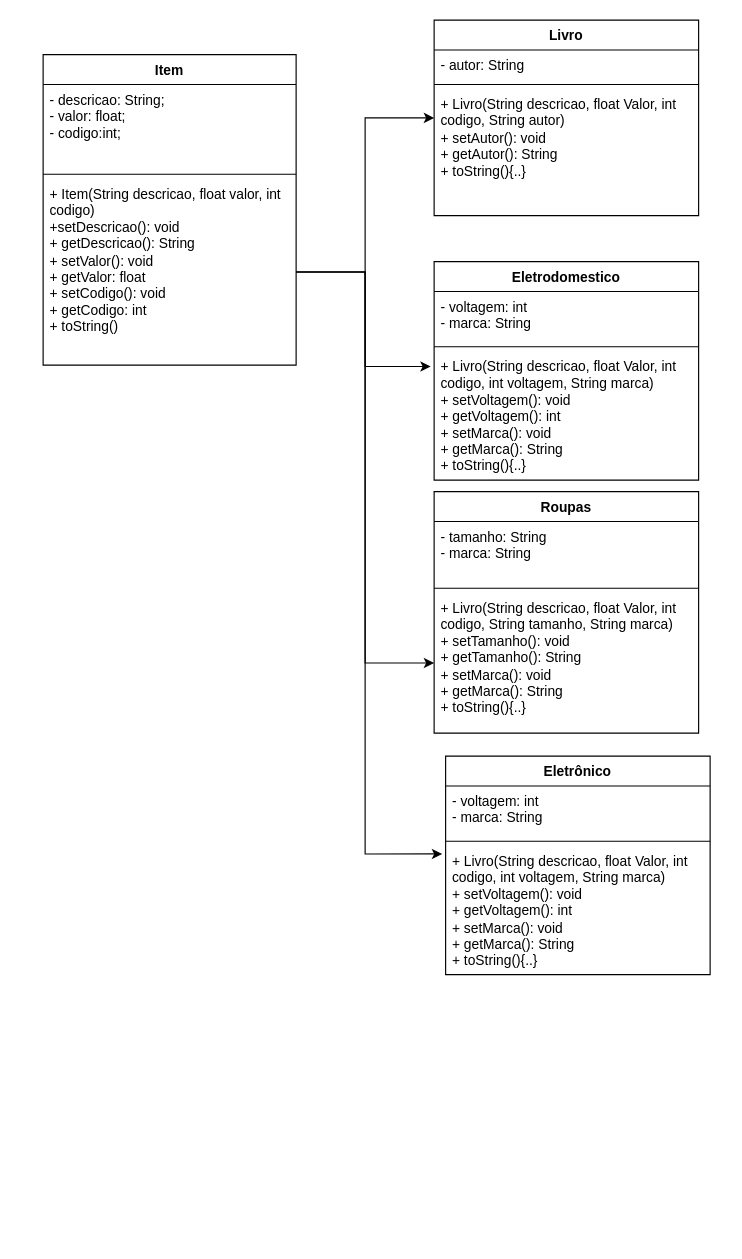
Earlier version of the draw.io diagram Diagrama de classe do projeto.drawio (GustaSch/TrabalhoGrauB). Source tidied: cells renumbered, new cells numbered last; positions are measured from the earlier drawing's top-left corner, leaving out a move shared by most shapes. Both pictures are drawn from the tidied source at 115%, with x=0, y=0 at pixel (43, 20).
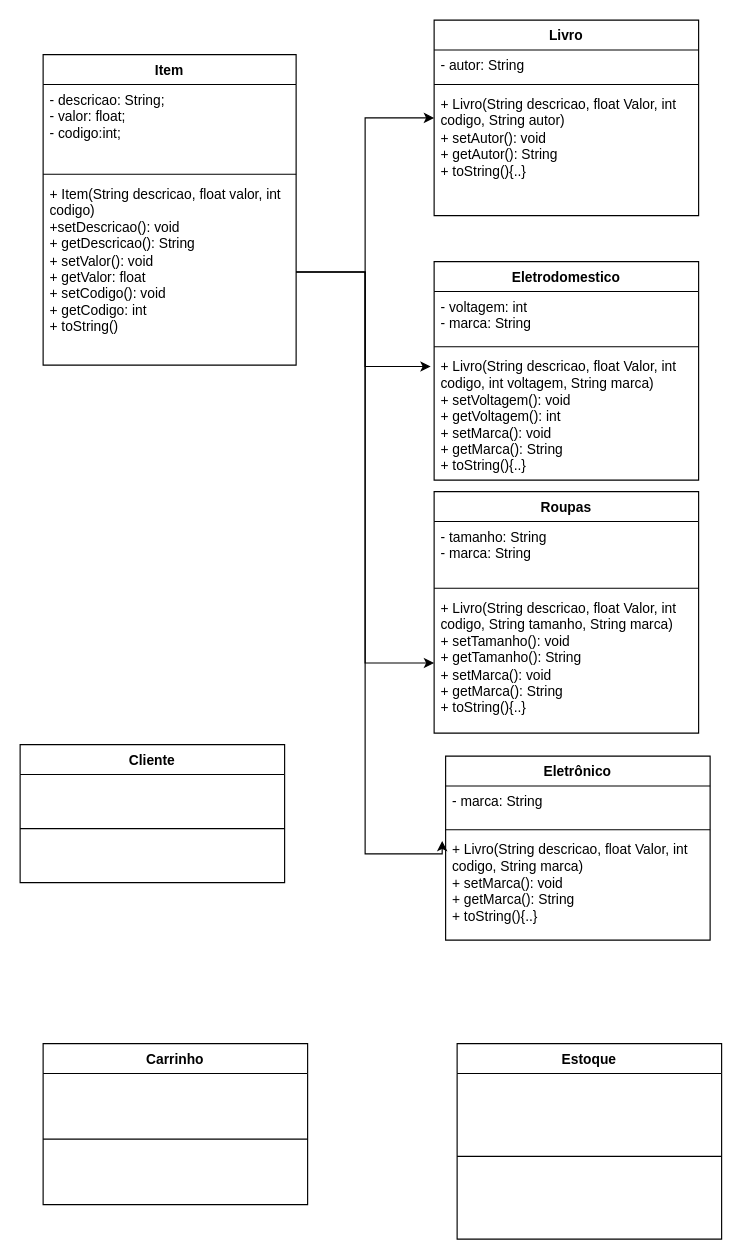
After the change.

What changed in the source:
```diff
@@
     <mxCell id="21" value="Eletrônico" style="swimlane;fontStyle=1;align=center;verticalAlign=top;horizontal=1;startSize=26;whiteSpace=wrap;html=1;" parent="1" vertex="1">
-      <mxGeometry x="350" y="640" width="230" height="190" as="geometry" />
+      <mxGeometry x="350" y="640" width="230" height="160" as="geometry" />
     </mxCell>
-    <mxCell id="22" value="- voltagem: int&lt;br&gt;- marca: String" style="text;strokeColor=none;fillColor=none;align=left;verticalAlign=top;spacingLeft=4;spacingRight=4;overflow=hidden;whiteSpace=wrap;html=1;" parent="21" vertex="1">
-      <mxGeometry y="26" width="230" height="44" as="geometry" />
+    <mxCell id="22" value="- marca: String" style="text;strokeColor=none;fillColor=none;align=left;verticalAlign=top;spacingLeft=4;spacingRight=4;overflow=hidden;whiteSpace=wrap;html=1;" parent="21" vertex="1">
+      <mxGeometry y="26" width="230" height="34" as="geometry" />
     </mxCell>
     <mxCell id="23" style="line;strokeWidth=1;fillColor=none;align=left;verticalAlign=middle;spacingTop=-1;spacingLeft=3;spacingRight=3;labelPosition=right;strokeColor=inherit;" parent="21" vertex="1">
-      <mxGeometry y="70" width="230" height="8" as="geometry" />
+      <mxGeometry y="60" width="230" height="8" as="geometry" />
     </mxCell>
-    <mxCell id="24" value="+ Livro(String descricao, float Valor, int codigo, int voltagem, String marca)&lt;br&gt;+ setVoltagem(): void&lt;br&gt;+ getVoltagem(): int&lt;br&gt;+ setMarca(): void&lt;br&gt;+ getMarca(): String&lt;br&gt;+ toString(){..}" style="text;strokeColor=none;fillColor=none;align=left;verticalAlign=top;spacingLeft=4;spacingRight=4;overflow=hidden;points=[[0,0.5],[1,0.5]];portConstraint=eastwest;whiteSpace=wrap;html=1;" parent="21" vertex="1">
-      <mxGeometry y="78" width="230" height="112" as="geometry" />
+    <mxCell id="24" value="+ Livro(String descricao, float Valor, int codigo, String marca)&lt;br&gt;+ setMarca(): void&lt;br&gt;+ getMarca(): String&lt;br&gt;+ toString(){..}" style="text;strokeColor=none;fillColor=none;align=left;verticalAlign=top;spacingLeft=4;spacingRight=4;overflow=hidden;points=[[0,0.5],[1,0.5]];portConstraint=eastwest;whiteSpace=wrap;html=1;" parent="21" vertex="1">
+      <mxGeometry y="68" width="230" height="92" as="geometry" />
     </mxCell>
@@
+    <mxCell id="26" value="Cliente" style="swimlane;fontStyle=1;align=center;verticalAlign=top;horizontal=1;startSize=26;whiteSpace=wrap;html=1;" parent="1" vertex="1">
+      <mxGeometry x="-20" y="630" width="230" height="120" as="geometry" />
+    </mxCell>
+    <mxCell id="27" style="line;strokeWidth=1;fillColor=none;align=left;verticalAlign=middle;spacingTop=-1;spacingLeft=3;spacingRight=3;labelPosition=right;strokeColor=inherit;" parent="26" vertex="1">
+      <mxGeometry y="26" width="230" height="94" as="geometry" />
+    </mxCell>
+    <mxCell id="28" value="Carrinho" style="swimlane;fontStyle=1;align=center;verticalAlign=top;horizontal=1;startSize=26;whiteSpace=wrap;html=1;" parent="1" vertex="1">
+      <mxGeometry y="890" width="230" height="140" as="geometry" />
+    </mxCell>
+    <mxCell id="29" style="line;strokeWidth=1;fillColor=none;align=left;verticalAlign=middle;spacingTop=-1;spacingLeft=3;spacingRight=3;labelPosition=right;strokeColor=inherit;" parent="28" vertex="1">
+      <mxGeometry y="26" width="230" height="114" as="geometry" />
+    </mxCell>
+    <mxCell id="30" value="Estoque" style="swimlane;fontStyle=1;align=center;verticalAlign=top;horizontal=1;startSize=26;whiteSpace=wrap;html=1;" parent="1" vertex="1">
+      <mxGeometry x="360" y="890" width="230" height="170" as="geometry" />
+    </mxCell>
+    <mxCell id="31" style="line;strokeWidth=1;fillColor=none;align=left;verticalAlign=middle;spacingTop=-1;spacingLeft=3;spacingRight=3;labelPosition=right;strokeColor=inherit;" parent="30" vertex="1">
+      <mxGeometry y="26" width="230" height="144" as="geometry" />
+    </mxCell>
```
